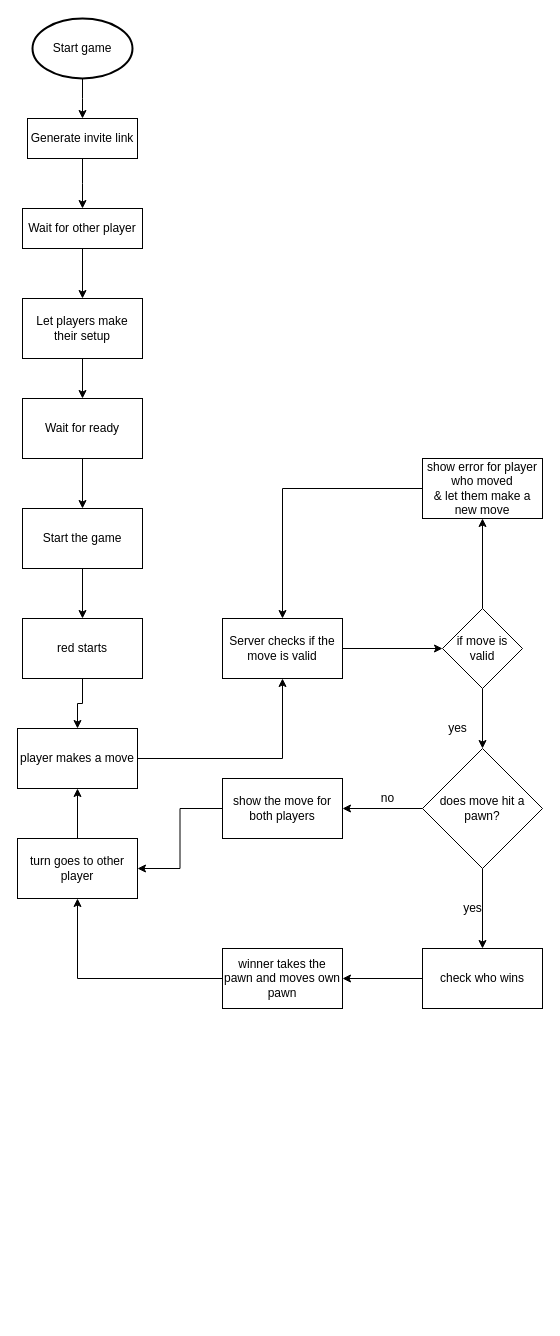
Earlier version of the draw.io diagram page "Basic game" (1 of 2) of stratego.drawio (twanh/NotImplementedErrror2.0). Source tidied: cells renumbered, new cells numbered last; positions are measured from the earlier drawing's top-left corner, leaving out a move shared by most shapes. Both pictures are drawn from the tidied source at 100%, with x=0, y=0 at pixel (17, 18).
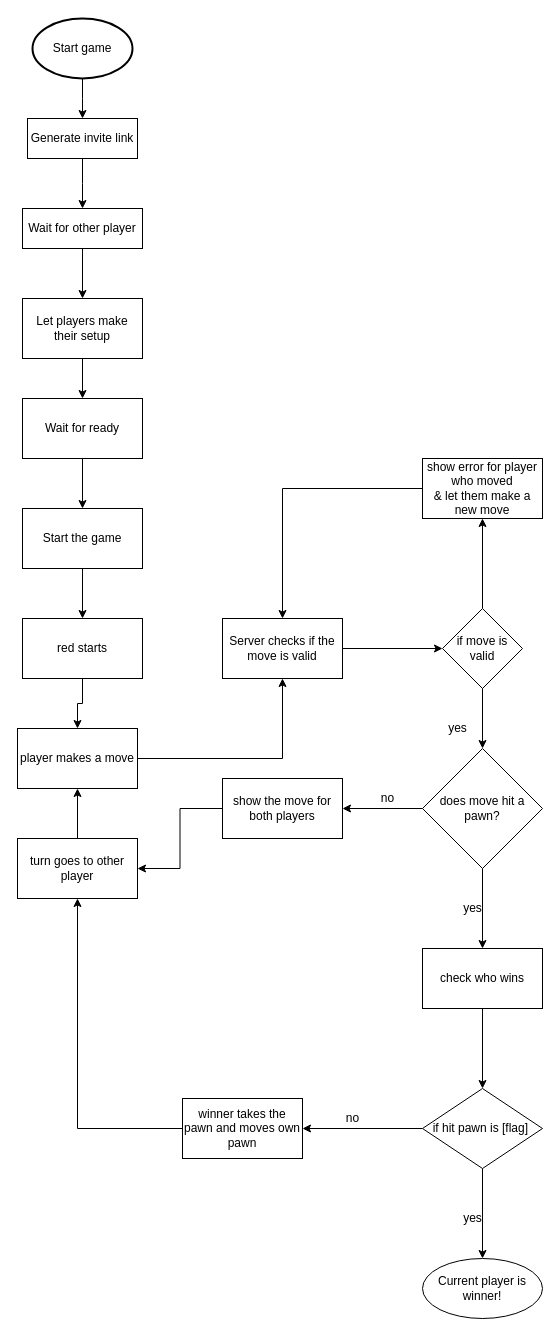
The same page after the edit.

Unchanged cells that the change refers to:
```xml
<mxCell id="30" value="check who wins" style="whiteSpace=wrap;html=1;rounded=0;" parent="1" vertex="1">
  <mxGeometry x="405" y="930" width="120" height="60" as="geometry" />
</mxCell>
```

Diff of the diagram source:
```diff
@@
-    <mxCell id="29" style="edgeStyle=orthogonalEdgeStyle;rounded=0;jettySize=auto;html=1;" parent="1" edge="1" source="30" target="34">
-      <mxGeometry relative="1" as="geometry" />
-    </mxCell>
+    <mxCell id="39" style="edgeStyle=orthogonalEdgeStyle;rounded=0;jettySize=auto;html=1;" parent="1" edge="1" source="30" target="42">
+      <mxGeometry relative="1" as="geometry" />
+    </mxCell>
@@
     <mxCell id="34" value="winner takes the pawn and moves own pawn" style="whiteSpace=wrap;html=1;rounded=0;" parent="1" vertex="1">
-      <mxGeometry x="205" y="930" width="120" height="60" as="geometry" />
+      <mxGeometry x="165" y="1080" width="120" height="60" as="geometry" />
     </mxCell>
@@
+    <mxCell id="40" style="edgeStyle=orthogonalEdgeStyle;rounded=0;jettySize=auto;html=1;" parent="1" edge="1" source="42" target="43">
+      <mxGeometry relative="1" as="geometry" />
+    </mxCell>
+    <mxCell id="41" style="edgeStyle=orthogonalEdgeStyle;rounded=0;jettySize=auto;html=1;entryX=1;entryY=0.5;entryDx=0;entryDy=0;" parent="1" edge="1" source="42" target="34">
+      <mxGeometry relative="1" as="geometry" />
+    </mxCell>
+    <mxCell id="42" value="if hit pawn is [flag]&amp;nbsp;" style="rhombus;whiteSpace=wrap;html=1;rounded=0;" parent="1" vertex="1">
+      <mxGeometry x="405" y="1070" width="120" height="80" as="geometry" />
+    </mxCell>
+    <mxCell id="43" value="Current player is winner!" style="ellipse;whiteSpace=wrap;html=1;rounded=0;" parent="1" vertex="1">
+      <mxGeometry x="405" y="1240" width="120" height="60" as="geometry" />
+    </mxCell>
+    <mxCell id="44" value="yes" style="text;html=1;align=center;verticalAlign=middle;strokeColor=none;fillColor=none;" parent="1" vertex="1">
+      <mxGeometry x="440" y="1190" width="30" height="20" as="geometry" />
+    </mxCell>
+    <mxCell id="45" value="no" style="text;html=1;align=center;verticalAlign=middle;strokeColor=none;fillColor=none;" parent="1" vertex="1">
+      <mxGeometry x="320" y="1090" width="30" height="20" as="geometry" />
+    </mxCell>
```
